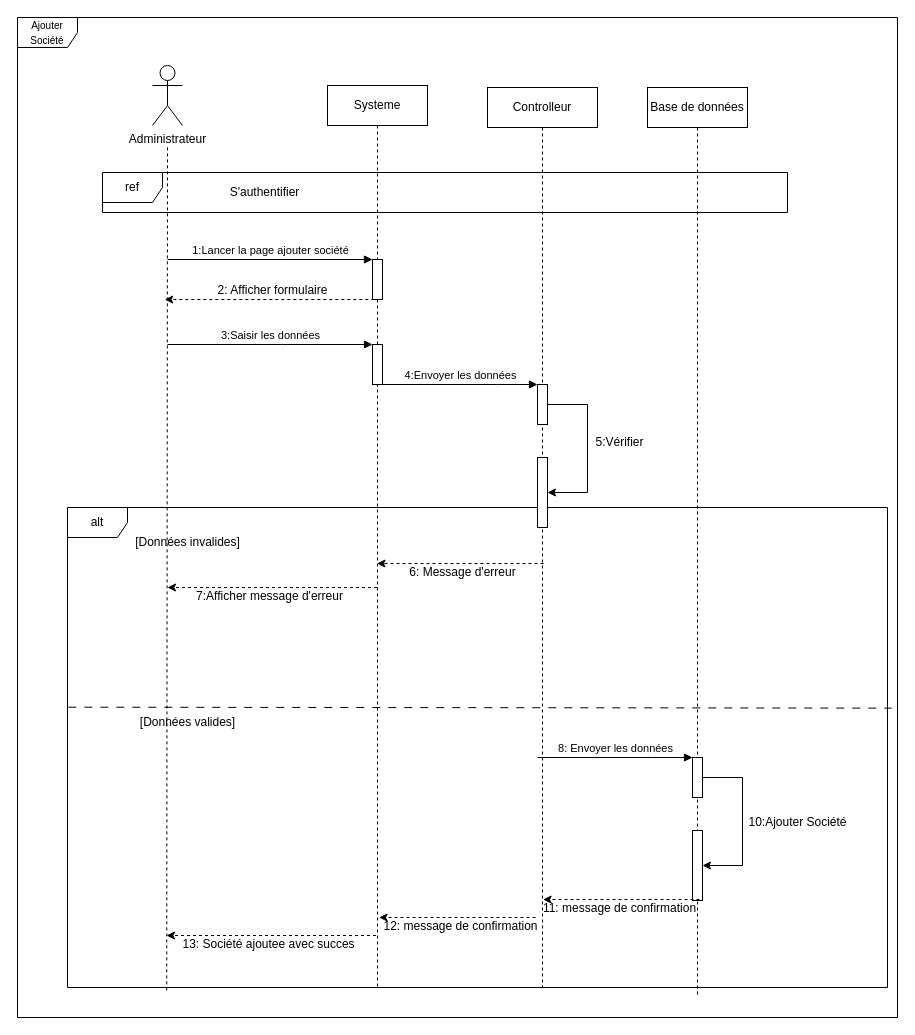
Earlier version of the draw.io diagram diagSequence-ajoutsociete.drawio (PORTAIL-RH/Portail-RH-Mobile). Source tidied: cells renumbered, new cells numbered last; positions are measured from the earlier drawing's top-left corner, leaving out a move shared by most shapes. Both pictures are drawn from the tidied source at 100%, with x=0, y=0 at pixel (17, 17).
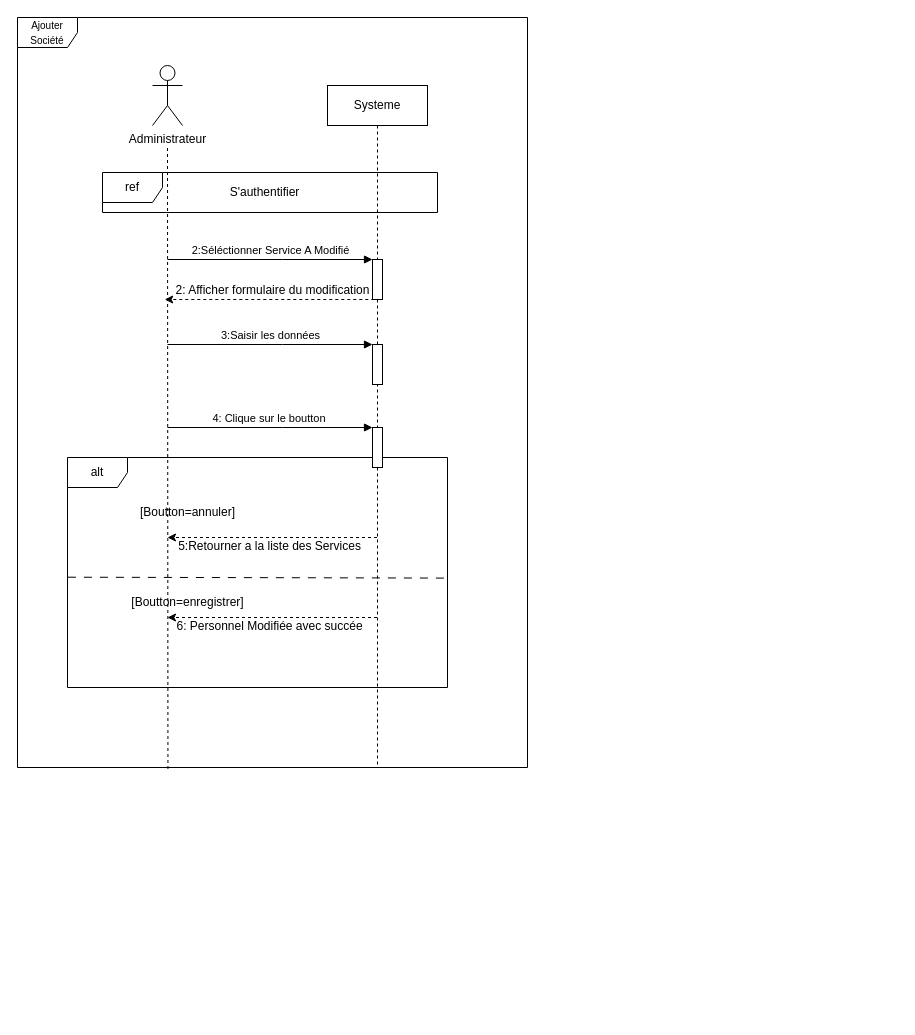
The same diagram, later.

Commit message (it also covers changes not shown here):
Mettre à jour diagSequence-ajoutsociete.drawio

Unchanged cells that the change refers to:
```xml
<mxCell id="23" style="html=1;points=[];perimeter=orthogonalPerimeter;outlineConnect=0;targetShapes=umlLifeline;portConstraint=eastwest;newEdgeStyle={&quot;edgeStyle&quot;:&quot;elbowEdgeStyle&quot;,&quot;elbow&quot;:&quot;vertical&quot;,&quot;curved&quot;:0,&quot;rounded&quot;:0};" parent="1" vertex="1">
  <mxGeometry x="355" y="242" width="10" height="40" as="geometry" />
</mxCell>
```

Diff of the diagram source:
```diff
@@
     <mxCell id="2" value="Systeme" style="shape=umlLifeline;perimeter=lifelinePerimeter;whiteSpace=wrap;html=1;outlineConnect=0;portConstraint=eastwest;newEdgeStyle={&quot;edgeStyle&quot;:&quot;elbowEdgeStyle&quot;,&quot;elbow&quot;:&quot;vertical&quot;,&quot;curved&quot;:0,&quot;rounded&quot;:0};" parent="1" vertex="1">
-      <mxGeometry x="310" y="68" width="100" height="902" as="geometry" />
+      <mxGeometry x="310" y="68" width="100" height="682" as="geometry" />
     </mxCell>
@@
-    <mxCell id="6" style="endArrow=none;dashed=1;html=1;rounded=0;exitX=0.121;exitY=1.006;exitDx=0;exitDy=0;exitPerimeter=0;" parent="1" edge="1" source="14">
+    <mxCell id="6" style="endArrow=none;dashed=1;html=1;rounded=0;exitX=0.295;exitY=1.002;exitDx=0;exitDy=0;exitPerimeter=0;" parent="1" edge="1" source="9">
       <mxGeometry relative="1" as="geometry">
         <mxPoint x="150" y="128" as="targetPoint" />
       </mxGeometry>
     </mxCell>
     <mxCell id="7" value="ref" style="shape=umlFrame;whiteSpace=wrap;html=1;" parent="1" vertex="1">
-      <mxGeometry x="85" y="155" width="685" height="40" as="geometry" />
+      <mxGeometry x="85" y="155" width="335" height="40" as="geometry" />
     </mxCell>
@@
     <mxCell id="9" value="&lt;font style=&quot;font-size: 10px;&quot;&gt;Ajouter Société&lt;/font&gt;" style="shape=umlFrame;whiteSpace=wrap;html=1;" parent="1" vertex="1">
-      <mxGeometry width="880" height="1000" as="geometry" />
+      <mxGeometry width="510" height="750" as="geometry" />
     </mxCell>
-    <mxCell id="10" value="Controlleur" style="shape=umlLifeline;perimeter=lifelinePerimeter;whiteSpace=wrap;html=1;newEdgeStyle={&quot;edgeStyle&quot;:&quot;elbowEdgeStyle&quot;,&quot;elbow&quot;:&quot;vertical&quot;,&quot;curved&quot;:0,&quot;rounded&quot;:0};" parent="1" vertex="1">
-      <mxGeometry x="470" y="70" width="110" height="900" as="geometry" />
-    </mxCell>
-    <mxCell id="11" style="html=1;points=[];perimeter=orthogonalPerimeter;outlineConnect=0;targetShapes=umlLifeline;portConstraint=eastwest;newEdgeStyle={&quot;edgeStyle&quot;:&quot;elbowEdgeStyle&quot;,&quot;elbow&quot;:&quot;vertical&quot;,&quot;curved&quot;:0,&quot;rounded&quot;:0};" parent="10" vertex="1">
-      <mxGeometry x="50" y="297" width="10" height="40" as="geometry" />
-    </mxCell>
-    <mxCell id="12" value="4:Envoyer les données" style="html=1;verticalAlign=bottom;endArrow=block;edgeStyle=elbowEdgeStyle;elbow=vertical;curved=0;rounded=0;" parent="10" edge="1" target="11">
-      <mxGeometry relative="1" as="geometry">
-        <mxPoint x="-105" y="297" as="sourcePoint" />
-        <Array as="points">
-          <mxPoint x="10" y="297" />
-        </Array>
-      </mxGeometry>
-    </mxCell>
-    <mxCell id="13" value="Base de données" style="shape=umlLifeline;perimeter=lifelinePerimeter;whiteSpace=wrap;html=1;newEdgeStyle={&quot;edgeStyle&quot;:&quot;elbowEdgeStyle&quot;,&quot;elbow&quot;:&quot;vertical&quot;,&quot;curved&quot;:0,&quot;rounded&quot;:0};" parent="1" vertex="1">
-      <mxGeometry x="630" y="70" width="100" height="910" as="geometry" />
-    </mxCell>
     <mxCell id="14" value="alt" style="shape=umlFrame;whiteSpace=wrap;html=1;" parent="1" vertex="1">
-      <mxGeometry x="50" y="490" width="820" height="480" as="geometry" />
+      <mxGeometry x="50" y="440" width="380" height="230" as="geometry" />
     </mxCell>
-    <mxCell id="15" value="[Données invalides]" style="text;html=1;align=center;verticalAlign=middle;strokeColor=none;fillColor=none;" parent="1" vertex="1">
-      <mxGeometry x="105" y="510" width="130" height="30" as="geometry" />
+    <mxCell id="15" value="[Boutton=annuler]" style="text;html=1;align=center;verticalAlign=middle;strokeColor=none;fillColor=none;" parent="1" vertex="1">
+      <mxGeometry x="110" y="480" width="120" height="30" as="geometry" />
     </mxCell>
     <mxCell id="16" style="endArrow=classic;html=1;rounded=0;dashed=1;" parent="1" edge="1">
       <mxGeometry relative="1" as="geometry">
-        <mxPoint x="359.5" y="570" as="sourcePoint" />
-        <mxPoint x="150" y="570" as="targetPoint" />
+        <mxPoint x="359.5" y="520" as="sourcePoint" />
+        <mxPoint x="150" y="520" as="targetPoint" />
       </mxGeometry>
     </mxCell>
-    <mxCell id="17" value="7:Afficher message d'erreur" style="text;html=1;align=center;verticalAlign=middle;strokeColor=none;fillColor=none;" parent="1" vertex="1">
-      <mxGeometry x="167" y="564" width="170" height="30" as="geometry" />
+    <mxCell id="17" value="5:Retourner a la liste des Services" style="text;html=1;align=center;verticalAlign=middle;strokeColor=none;fillColor=none;" parent="1" vertex="1">
+      <mxGeometry x="147" y="514" width="210" height="30" as="geometry" />
     </mxCell>
-    <mxCell id="18" style="endArrow=none;dashed=1;html=1;rounded=0;exitX=0.001;exitY=0.416;exitDx=0;exitDy=0;exitPerimeter=0;entryX=1.005;entryY=0.418;entryDx=0;entryDy=0;entryPerimeter=0;dashPattern=8 8;" parent="1" edge="1" source="14" target="14">
-      <mxGeometry relative="1" as="geometry" />
+    <mxCell id="18" style="endArrow=none;dashed=1;html=1;rounded=0;exitX=0.001;exitY=0.416;exitDx=0;exitDy=0;exitPerimeter=0;entryX=1.005;entryY=0.418;entryDx=0;entryDy=0;entryPerimeter=0;dashPattern=8 8;" parent="1" edge="1">
+      <mxGeometry relative="1" as="geometry">
+        <mxPoint x="50.4" y="559.7" as="sourcePoint" />
+        <mxPoint x="431.9" y="560.6" as="targetPoint" />
+      </mxGeometry>
     </mxCell>
-    <mxCell id="19" style="endArrow=classic;html=1;rounded=0;dashed=1;" parent="1" edge="1">
-      <mxGeometry relative="1" as="geometry">
-        <mxPoint x="358.5" y="918" as="sourcePoint" />
-        <mxPoint x="149" y="918" as="targetPoint" />
-      </mxGeometry>
-    </mxCell>
-    <mxCell id="20" value="13: Société ajoutee avec succes" style="text;html=1;align=center;verticalAlign=middle;strokeColor=none;fillColor=none;" parent="1" vertex="1">
-      <mxGeometry x="151" y="912" width="200" height="30" as="geometry" />
-    </mxCell>
-    <mxCell id="21" value="12: message de confirmation" style="text;html=1;align=center;verticalAlign=middle;strokeColor=none;fillColor=none;" parent="1" vertex="1">
-      <mxGeometry x="353" y="894" width="180" height="30" as="geometry" />
-    </mxCell>
-    <mxCell id="22" style="endArrow=classic;html=1;rounded=0;exitX=0;exitY=1;exitDx=0;exitDy=0;dashed=1;" parent="1" edge="1">
-      <mxGeometry relative="1" as="geometry">
-        <mxPoint x="518" y="900" as="sourcePoint" />
-        <mxPoint x="361.6" y="900" as="targetPoint" />
-      </mxGeometry>
-    </mxCell>
@@
-    <mxCell id="24" value="1:Lancer la page ajouter société" style="html=1;verticalAlign=bottom;endArrow=block;edgeStyle=elbowEdgeStyle;elbow=vertical;curved=0;rounded=0;" parent="1" edge="1" target="23">
+    <mxCell id="24" value="2:Séléctionner Service A Modifié" style="html=1;verticalAlign=bottom;endArrow=block;edgeStyle=elbowEdgeStyle;elbow=vertical;curved=0;rounded=0;" parent="1" edge="1" target="23">
       <mxGeometry relative="1" as="geometry">
         <mxPoint x="150" y="242" as="sourcePoint" />
         <Array as="points">
           <mxPoint x="265" y="242" />
         </Array>
       </mxGeometry>
     </mxCell>
@@
-    <mxCell id="26" value="2: Afficher formulaire" style="text;html=1;align=center;verticalAlign=middle;strokeColor=none;fillColor=none;" parent="1" vertex="1">
-      <mxGeometry x="190" y="258" width="130" height="30" as="geometry" />
+    <mxCell id="26" value="2: Afficher formulaire du modification" style="text;html=1;align=center;verticalAlign=middle;strokeColor=none;fillColor=none;" parent="1" vertex="1">
+      <mxGeometry x="145" y="258" width="220" height="30" as="geometry" />
     </mxCell>
-    <mxCell id="27" style="html=1;points=[];perimeter=orthogonalPerimeter;outlineConnect=0;targetShapes=umlLifeline;portConstraint=eastwest;newEdgeStyle={&quot;edgeStyle&quot;:&quot;elbowEdgeStyle&quot;,&quot;elbow&quot;:&quot;vertical&quot;,&quot;curved&quot;:0,&quot;rounded&quot;:0};" parent="1" vertex="1">
-      <mxGeometry x="520" y="440" width="10" height="70" as="geometry" />
-    </mxCell>
-    <mxCell id="28" style="edgeStyle=elbowEdgeStyle;rounded=0;jettySize=auto;html=1;elbow=horizontal;curved=0;" parent="1" edge="1" source="11" target="27">
-      <mxGeometry relative="1" as="geometry">
-        <Array as="points">
-          <mxPoint x="570" y="424" />
-        </Array>
-      </mxGeometry>
-    </mxCell>
-    <mxCell id="29" value="5:Vérifier" style="text;html=1;align=center;verticalAlign=middle;strokeColor=none;fillColor=none;" parent="1" vertex="1">
-      <mxGeometry x="567" y="410" width="70" height="30" as="geometry" />
-    </mxCell>
-    <mxCell id="30" style="endArrow=classic;html=1;rounded=0;dashed=1;" parent="1" edge="1" target="2">
-      <mxGeometry relative="1" as="geometry">
-        <mxPoint x="526" y="546" as="sourcePoint" />
-      </mxGeometry>
-    </mxCell>
-    <mxCell id="31" value="6: Message d'erreur" style="text;html=1;align=center;verticalAlign=middle;strokeColor=none;fillColor=none;" parent="1" vertex="1">
-      <mxGeometry x="380" y="540" width="130" height="30" as="geometry" />
-    </mxCell>
-    <mxCell id="32" value="[Données valides]" style="text;html=1;align=center;verticalAlign=middle;strokeColor=none;fillColor=none;" parent="1" vertex="1">
-      <mxGeometry x="110" y="690" width="120" height="30" as="geometry" />
-    </mxCell>
-    <mxCell id="33" style="html=1;points=[];perimeter=orthogonalPerimeter;outlineConnect=0;targetShapes=umlLifeline;portConstraint=eastwest;newEdgeStyle={&quot;edgeStyle&quot;:&quot;elbowEdgeStyle&quot;,&quot;elbow&quot;:&quot;vertical&quot;,&quot;curved&quot;:0,&quot;rounded&quot;:0};" parent="1" vertex="1">
-      <mxGeometry x="675" y="740" width="10" height="40" as="geometry" />
-    </mxCell>
-    <mxCell id="34" value="8: Envoyer les données" style="html=1;verticalAlign=bottom;endArrow=block;edgeStyle=elbowEdgeStyle;elbow=vertical;curved=0;rounded=0;" parent="1" edge="1" target="33">
-      <mxGeometry relative="1" as="geometry">
-        <mxPoint x="520" y="740" as="sourcePoint" />
-        <Array as="points">
-          <mxPoint x="635" y="740" />
-        </Array>
-      </mxGeometry>
-    </mxCell>
-    <mxCell id="35" style="html=1;points=[];perimeter=orthogonalPerimeter;outlineConnect=0;targetShapes=umlLifeline;portConstraint=eastwest;newEdgeStyle={&quot;edgeStyle&quot;:&quot;elbowEdgeStyle&quot;,&quot;elbow&quot;:&quot;vertical&quot;,&quot;curved&quot;:0,&quot;rounded&quot;:0};" parent="1" vertex="1">
-      <mxGeometry x="675" y="813" width="10" height="70" as="geometry" />
-    </mxCell>
-    <mxCell id="36" style="edgeStyle=elbowEdgeStyle;rounded=0;jettySize=auto;html=1;elbow=horizontal;curved=0;" parent="1" edge="1" source="33" target="35">
-      <mxGeometry relative="1" as="geometry">
-        <Array as="points">
-          <mxPoint x="725" y="797" />
-        </Array>
-      </mxGeometry>
-    </mxCell>
-    <mxCell id="37" value="10:Ajouter Société" style="text;html=1;align=center;verticalAlign=middle;strokeColor=none;fillColor=none;" parent="1" vertex="1">
-      <mxGeometry x="720" y="790" width="120" height="30" as="geometry" />
-    </mxCell>
-    <mxCell id="38" value="11: message de confirmation" style="text;html=1;align=center;verticalAlign=middle;strokeColor=none;fillColor=none;" parent="1" vertex="1">
-      <mxGeometry x="512" y="876" width="180" height="30" as="geometry" />
-    </mxCell>
-    <mxCell id="39" style="endArrow=classic;html=1;rounded=0;exitX=0;exitY=1;exitDx=0;exitDy=0;dashed=1;" parent="1" edge="1">
-      <mxGeometry relative="1" as="geometry">
-        <mxPoint x="682" y="882" as="sourcePoint" />
-        <mxPoint x="525.6" y="882" as="targetPoint" />
-      </mxGeometry>
-    </mxCell>
+    <mxCell id="40" style="html=1;points=[];perimeter=orthogonalPerimeter;outlineConnect=0;targetShapes=umlLifeline;portConstraint=eastwest;newEdgeStyle={&quot;edgeStyle&quot;:&quot;elbowEdgeStyle&quot;,&quot;elbow&quot;:&quot;vertical&quot;,&quot;curved&quot;:0,&quot;rounded&quot;:0};" parent="1" vertex="1">
+      <mxGeometry x="355" y="410" width="10" height="40" as="geometry" />
+    </mxCell>
+    <mxCell id="41" value="4: Clique sur le boutton&amp;nbsp;" style="html=1;verticalAlign=bottom;endArrow=block;edgeStyle=elbowEdgeStyle;elbow=vertical;curved=0;rounded=0;" parent="1" edge="1" target="40">
+      <mxGeometry relative="1" as="geometry">
+        <mxPoint x="150" y="410" as="sourcePoint" />
+        <Array as="points">
+          <mxPoint x="265" y="410" />
+        </Array>
+      </mxGeometry>
+    </mxCell>
+    <mxCell id="42" value="[Boutton=enregistrer]" style="text;html=1;align=center;verticalAlign=middle;strokeColor=none;fillColor=none;" parent="1" vertex="1">
+      <mxGeometry x="100" y="570" width="140" height="30" as="geometry" />
+    </mxCell>
+    <mxCell id="43" style="endArrow=classic;html=1;rounded=0;dashed=1;" parent="1" edge="1">
+      <mxGeometry relative="1" as="geometry">
+        <mxPoint x="359.5" y="600" as="sourcePoint" />
+        <mxPoint x="150" y="600" as="targetPoint" />
+      </mxGeometry>
+    </mxCell>
+    <mxCell id="44" value="6: Personnel Modifiée avec succée" style="text;html=1;align=center;verticalAlign=middle;strokeColor=none;fillColor=none;" parent="1" vertex="1">
+      <mxGeometry x="147" y="594" width="210" height="30" as="geometry" />
+    </mxCell>
```
